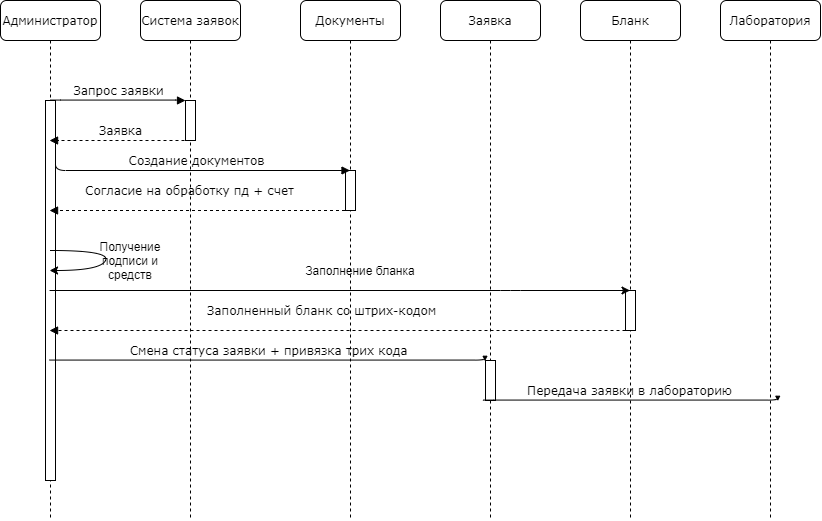
Above: Process3.png in mariarheon/LaboratoryService (draw.io), before the change. Source tidied: cells renumbered, new cells last; positions are measured from the earlier drawing's top-left corner, leaving out a move shared by most shapes.
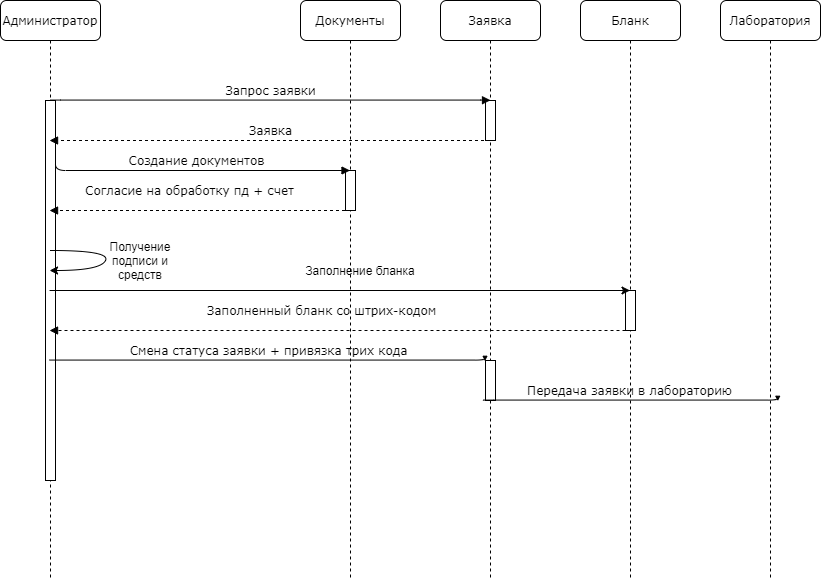
Above is the later version.

Change to the diagram source:
```diff
@@ -2,107 +2,97 @@
   <root>
     <mxCell id="0" />
     <mxCell id="1" parent="0" />
-    <mxCell id="2" value="Система заявок" style="shape=umlLifeline;perimeter=lifelinePerimeter;whiteSpace=wrap;html=1;outlineConnect=0;rounded=1;shadow=0;comic=0;labelBackgroundColor=none;strokeWidth=1;fontFamily=Verdana;fontSize=12;align=center;" parent="1" vertex="1">
-      <mxGeometry x="140" width="100" height="520" as="geometry" />
+    <mxCell id="2" value="Документы" style="shape=umlLifeline;perimeter=lifelinePerimeter;whiteSpace=wrap;html=1;outlineConnect=0;rounded=1;shadow=0;comic=0;labelBackgroundColor=none;strokeWidth=1;fontFamily=Verdana;fontSize=12;align=center;" parent="1" vertex="1">
+      <mxGeometry x="300" width="100" height="580" as="geometry" />
     </mxCell>
     <mxCell id="3" style="html=1;perimeter=orthogonalPerimeter;rounded=0;shadow=0;comic=0;labelBackgroundColor=none;strokeWidth=1;fontFamily=Verdana;fontSize=12;align=center;" parent="2" vertex="1">
-      <mxGeometry x="45" y="100" width="10" height="40" as="geometry" />
+      <mxGeometry x="45" y="170" width="10" height="40" as="geometry" />
     </mxCell>
-    <mxCell id="4" value="Документы" style="shape=umlLifeline;perimeter=lifelinePerimeter;whiteSpace=wrap;html=1;outlineConnect=0;rounded=1;shadow=0;comic=0;labelBackgroundColor=none;strokeWidth=1;fontFamily=Verdana;fontSize=12;align=center;" parent="1" vertex="1">
-      <mxGeometry x="300" width="100" height="520" as="geometry" />
+    <mxCell id="4" value="Заявка" style="shape=umlLifeline;perimeter=lifelinePerimeter;whiteSpace=wrap;html=1;outlineConnect=0;rounded=1;shadow=0;comic=0;labelBackgroundColor=none;strokeWidth=1;fontFamily=Verdana;fontSize=12;align=center;" parent="1" vertex="1">
+      <mxGeometry x="440" width="100" height="580" as="geometry" />
     </mxCell>
     <mxCell id="5" style="html=1;perimeter=orthogonalPerimeter;rounded=0;shadow=0;comic=0;labelBackgroundColor=none;strokeWidth=1;fontFamily=Verdana;fontSize=12;align=center;" parent="4" vertex="1">
-      <mxGeometry x="45" y="170" width="10" height="40" as="geometry" />
+      <mxGeometry x="45" y="360" width="10" height="40" as="geometry" />
     </mxCell>
-    <mxCell id="6" value="Заявка" style="shape=umlLifeline;perimeter=lifelinePerimeter;whiteSpace=wrap;html=1;rounded=1;shadow=0;comic=0;labelBackgroundColor=none;strokeWidth=1;fontFamily=Verdana;fontSize=12;align=center;" parent="1" vertex="1">
-      <mxGeometry x="440" width="100" height="520" as="geometry" />
+    <mxCell id="6" style="html=1;perimeter=orthogonalPerimeter;rounded=0;shadow=0;comic=0;labelBackgroundColor=none;strokeWidth=1;fontFamily=Verdana;fontSize=12;align=center;" parent="4" vertex="1">
+      <mxGeometry x="45" y="100" width="10" height="40" as="geometry" />
     </mxCell>
-    <mxCell id="7" style="html=1;points=[];perimeter=orthogonalPerimeter;rounded=0;shadow=0;comic=0;labelBackgroundColor=none;strokeWidth=1;fontFamily=Verdana;fontSize=12;align=center;" parent="6" vertex="1">
-      <mxGeometry x="45" y="360" width="10" height="40" as="geometry" />
+    <mxCell id="7" value="Бланк" style="shape=umlLifeline;perimeter=lifelinePerimeter;whiteSpace=wrap;html=1;outlineConnect=0;rounded=1;shadow=0;comic=0;labelBackgroundColor=none;strokeWidth=1;fontFamily=Verdana;fontSize=12;align=center;" parent="1" vertex="1">
+      <mxGeometry x="580" width="100" height="580" as="geometry" />
     </mxCell>
-    <mxCell id="8" value="Бланк" style="shape=umlLifeline;perimeter=lifelinePerimeter;whiteSpace=wrap;html=1;outlineConnect=0;rounded=1;shadow=0;comic=0;labelBackgroundColor=none;strokeWidth=1;fontFamily=Verdana;fontSize=12;align=center;" parent="1" vertex="1">
-      <mxGeometry x="580" width="100" height="520" as="geometry" />
+    <mxCell id="8" style="html=1;points=[];perimeter=orthogonalPerimeter;rounded=0;shadow=0;comic=0;labelBackgroundColor=none;strokeWidth=1;fontFamily=Verdana;fontSize=12;align=center;" parent="7" vertex="1">
+      <mxGeometry x="45" y="290" width="10" height="40" as="geometry" />
     </mxCell>
-    <mxCell id="9" style="html=1;perimeter=orthogonalPerimeter;rounded=0;shadow=0;comic=0;labelBackgroundColor=none;strokeWidth=1;fontFamily=Verdana;fontSize=12;align=center;" parent="8" vertex="1">
-      <mxGeometry x="45" y="290" width="10" height="40" as="geometry" />
+    <mxCell id="9" value="Лаборатория" style="shape=umlLifeline;perimeter=lifelinePerimeter;whiteSpace=wrap;html=1;rounded=1;shadow=0;comic=0;labelBackgroundColor=none;strokeWidth=1;fontFamily=Verdana;fontSize=12;align=center;" parent="1" vertex="1">
+      <mxGeometry x="720" width="100" height="580" as="geometry" />
     </mxCell>
-    <mxCell id="10" value="Лаборатория" style="shape=umlLifeline;perimeter=lifelinePerimeter;whiteSpace=wrap;html=1;outlineConnect=0;rounded=1;shadow=0;comic=0;labelBackgroundColor=none;strokeWidth=1;fontFamily=Verdana;fontSize=12;align=center;" parent="1" vertex="1">
-      <mxGeometry x="720" width="100" height="520" as="geometry" />
+    <mxCell id="10" value="Администратор" style="shape=umlLifeline;perimeter=lifelinePerimeter;whiteSpace=wrap;html=1;outlineConnect=0;rounded=1;shadow=0;comic=0;labelBackgroundColor=none;strokeWidth=1;fontFamily=Verdana;fontSize=12;align=center;" parent="1" vertex="1">
+      <mxGeometry width="100" height="580" as="geometry" />
     </mxCell>
-    <mxCell id="11" value="Администратор" style="shape=umlLifeline;perimeter=lifelinePerimeter;whiteSpace=wrap;html=1;outlineConnect=0;rounded=1;shadow=0;comic=0;labelBackgroundColor=none;strokeWidth=1;fontFamily=Verdana;fontSize=12;align=center;" parent="1" vertex="1">
-      <mxGeometry width="100" height="520" as="geometry" />
+    <mxCell id="11" style="html=1;points=[];perimeter=orthogonalPerimeter;rounded=0;shadow=0;comic=0;labelBackgroundColor=none;strokeWidth=1;fontFamily=Verdana;fontSize=12;align=center;" parent="10" vertex="1">
+      <mxGeometry x="45" y="100" width="10" height="380" as="geometry" />
     </mxCell>
-    <mxCell id="12" style="html=1;points=[];perimeter=orthogonalPerimeter;rounded=0;shadow=0;comic=0;labelBackgroundColor=none;strokeWidth=1;fontFamily=Verdana;fontSize=12;align=center;" parent="11" vertex="1">
-      <mxGeometry x="45" y="100" width="10" height="380" as="geometry" />
+    <mxCell id="12" value="Запрос заявки" style="html=1;verticalAlign=bottom;endArrow=block;entryX=0.5;entryY=0.172;labelBackgroundColor=none;fontFamily=Verdana;fontSize=12;edgeStyle=elbowEdgeStyle;elbow=vertical;entryDx=0;entryDy=0;entryPerimeter=0;" parent="1" edge="1" source="11" target="4">
+      <mxGeometry relative="1" as="geometry" />
     </mxCell>
-    <mxCell id="13" value="Запрос заявки" style="html=1;verticalAlign=bottom;endArrow=block;entryX=0;entryY=0;labelBackgroundColor=none;fontFamily=Verdana;fontSize=12;edgeStyle=elbowEdgeStyle;elbow=vertical;" parent="1" edge="1" source="12">
+    <mxCell id="13" value="Заявка" style="html=1;verticalAlign=bottom;endArrow=block;labelBackgroundColor=none;fontFamily=Verdana;dashed=1;fontSize=12;edgeStyle=elbowEdgeStyle;elbow=vertical;" parent="1" edge="1" source="4" target="10">
       <mxGeometry relative="1" as="geometry">
-        <mxPoint x="185" y="100" as="targetPoint" />
+        <Array as="points">
+          <mxPoint x="190" y="140" />
+        </Array>
       </mxGeometry>
     </mxCell>
-    <mxCell id="14" value="Заявка" style="html=1;verticalAlign=bottom;endArrow=block;labelBackgroundColor=none;fontFamily=Verdana;dashed=1;fontSize=12;edgeStyle=elbowEdgeStyle;elbow=vertical;" parent="1" edge="1" target="11">
+    <mxCell id="14" value="Создание документов" style="html=1;verticalAlign=bottom;endArrow=block;labelBackgroundColor=none;fontFamily=Verdana;fontSize=12;edgeStyle=elbowEdgeStyle;elbow=vertical;exitX=1;exitY=0.152;exitDx=0;exitDy=0;exitPerimeter=0;" parent="1" edge="1" source="11" target="2">
       <mxGeometry relative="1" as="geometry">
-        <mxPoint x="190" y="140" as="sourcePoint" />
         <Array as="points">
-          <mxPoint x="190" y="140" />
+          <mxPoint x="100" y="170" />
         </Array>
       </mxGeometry>
     </mxCell>
-    <mxCell id="15" value="Создание документов" style="html=1;verticalAlign=bottom;endArrow=block;labelBackgroundColor=none;fontFamily=Verdana;fontSize=12;edgeStyle=elbowEdgeStyle;elbow=vertical;exitX=1;exitY=0.152;exitDx=0;exitDy=0;exitPerimeter=0;" parent="1" edge="1" source="12" target="4">
-      <mxGeometry relative="1" as="geometry">
+    <mxCell id="15" value="Согласие на обработку пд + счет" style="html=1;verticalAlign=bottom;endArrow=block;labelBackgroundColor=none;fontFamily=Verdana;fontSize=12;edgeStyle=elbowEdgeStyle;dashed=1;elbow=vertical;" parent="1" edge="1" target="10">
+      <mxGeometry x="0.07" y="-10" relative="1" as="geometry">
+        <mxPoint x="350.5" y="210" as="sourcePoint" />
         <Array as="points">
-          <mxPoint x="100" y="170" />
+          <mxPoint x="350.5" y="210" />
         </Array>
       </mxGeometry>
     </mxCell>
-    <mxCell id="16" value="Согласие на обработку пд + счет" style="html=1;verticalAlign=bottom;endArrow=block;labelBackgroundColor=none;fontFamily=Verdana;fontSize=12;edgeStyle=elbowEdgeStyle;dashed=1;elbow=vertical;" parent="1" edge="1" target="11">
-      <mxGeometry x="0.07" y="-10" relative="1" as="geometry">
-        <mxPoint x="350.5" y="210" as="sourcePoint" />
+    <mxCell id="16" style="curved=1;endArrow=classic;html=1;" parent="1" edge="1" target="10">
+      <mxGeometry relative="1" as="geometry">
+        <mxPoint x="50" y="250" as="sourcePoint" />
         <Array as="points">
-          <mxPoint x="350.5" y="210" />
+          <mxPoint x="110" y="250" />
+          <mxPoint x="100" y="270" />
         </Array>
       </mxGeometry>
     </mxCell>
-    <mxCell id="17" style="curved=1;endArrow=classic;html=1;" parent="1" edge="1" target="11">
-      <mxGeometry relative="1" as="geometry">
-        <mxPoint x="50" y="250" as="sourcePoint" />
-        <Array as="points">
-          <mxPoint x="110" y="250" />
-          <mxPoint x="100" y="270" />
-        </Array>
-      </mxGeometry>
+    <mxCell id="17" value="Получение подписи и средств" style="text;html=1;strokeColor=none;fillColor=none;align=center;verticalAlign=middle;whiteSpace=wrap;rounded=0;" parent="1" vertex="1">
+      <mxGeometry x="120" y="250" width="40" height="20" as="geometry" />
     </mxCell>
-    <mxCell id="18" value="Получение подписи и средств" style="text;html=1;strokeColor=none;fillColor=none;align=center;verticalAlign=middle;whiteSpace=wrap;rounded=0;" parent="1" vertex="1">
-      <mxGeometry x="110" y="250" width="40" height="20" as="geometry" />
+    <mxCell id="18" style="endArrow=classic;html=1;" parent="1" edge="1" source="10" target="7">
+      <mxGeometry relative="1" as="geometry" />
     </mxCell>
-    <mxCell id="19" style="endArrow=classic;html=1;" parent="1" edge="1" source="11" target="8">
-      <mxGeometry relative="1" as="geometry">
-        <Array as="points">
-          <mxPoint x="510" y="290" />
-        </Array>
-      </mxGeometry>
+    <mxCell id="19" value="Заполнение бланка" style="text;html=1;strokeColor=none;fillColor=none;align=center;verticalAlign=middle;whiteSpace=wrap;rounded=0;" parent="1" vertex="1">
+      <mxGeometry x="280" y="260" width="160" height="20" as="geometry" />
     </mxCell>
-    <mxCell id="20" value="Заполнение бланка" style="text;html=1;strokeColor=none;fillColor=none;align=center;verticalAlign=middle;whiteSpace=wrap;rounded=0;" parent="1" vertex="1">
-      <mxGeometry x="280" y="260" width="160" height="20" as="geometry" />
+    <mxCell id="20" value="Заполненный бланк со штрих-кодом" style="html=1;verticalAlign=bottom;endArrow=block;labelBackgroundColor=none;fontFamily=Verdana;fontSize=12;edgeStyle=elbowEdgeStyle;elbow=vertical;dashed=1;" parent="1" edge="1" target="10">
+      <mxGeometry x="0.07" y="-10" relative="1" as="geometry">
+        <mxPoint x="631" y="330" as="sourcePoint" />
+        <Array as="points">
+          <mxPoint x="631" y="330" />
+        </Array>
+      </mxGeometry>
     </mxCell>
-    <mxCell id="21" value="Заполненный бланк со штрих-кодом" style="html=1;verticalAlign=bottom;endArrow=block;labelBackgroundColor=none;fontFamily=Verdana;fontSize=12;edgeStyle=elbowEdgeStyle;elbow=vertical;dashed=1;" parent="1" edge="1" target="11">
-      <mxGeometry x="0.07" y="-10" relative="1" as="geometry">
-        <mxPoint x="631" y="330" as="sourcePoint" />
-        <Array as="points">
-          <mxPoint x="631" y="330" />
-        </Array>
+    <mxCell id="21" value="Смена статуса заявки + привязка трих кода" style="html=1;verticalAlign=bottom;endArrow=block;labelBackgroundColor=none;fontFamily=Verdana;fontSize=12;edgeStyle=elbowEdgeStyle;elbow=vertical;" parent="1" edge="1" source="10">
+      <mxGeometry relative="1" as="geometry">
+        <mxPoint x="484.5" y="360.1" as="targetPoint" />
       </mxGeometry>
     </mxCell>
-    <mxCell id="22" value="Смена статуса заявки + привязка трих кода" style="html=1;verticalAlign=bottom;endArrow=block;labelBackgroundColor=none;fontFamily=Verdana;fontSize=12;edgeStyle=elbowEdgeStyle;elbow=vertical;" parent="1" edge="1" source="11">
+    <mxCell id="22" value="Передача заявки в лабораторию" style="html=1;verticalAlign=bottom;endArrow=block;labelBackgroundColor=none;fontFamily=Verdana;fontSize=12;edgeStyle=elbowEdgeStyle;elbow=vertical;exitX=1;exitY=0.152;exitDx=0;exitDy=0;exitPerimeter=0;" parent="1" edge="1">
       <mxGeometry relative="1" as="geometry">
-        <mxPoint x="484.5" y="360.1" as="targetPoint" />
+        <mxPoint x="482.8" y="400" as="sourcePoint" />
+        <mxPoint x="777.2" y="400.1" as="targetPoint" />
       </mxGeometry>
     </mxCell>
-    <mxCell id="23" value="Передача заявки в лабораторию" style="html=1;verticalAlign=bottom;endArrow=block;labelBackgroundColor=none;fontFamily=Verdana;fontSize=12;edgeStyle=elbowEdgeStyle;elbow=vertical;exitX=1;exitY=0.152;exitDx=0;exitDy=0;exitPerimeter=0;" parent="1" edge="1">
-      <mxGeometry relative="1" as="geometry">
-        <mxPoint x="482.8" y="400" as="sourcePoint" />
-        <mxPoint x="777.2" y="400.1" as="targetPoint" />
-      </mxGeometry>
-    </mxCell>
   </root>
 </mxGraphModel>
```
